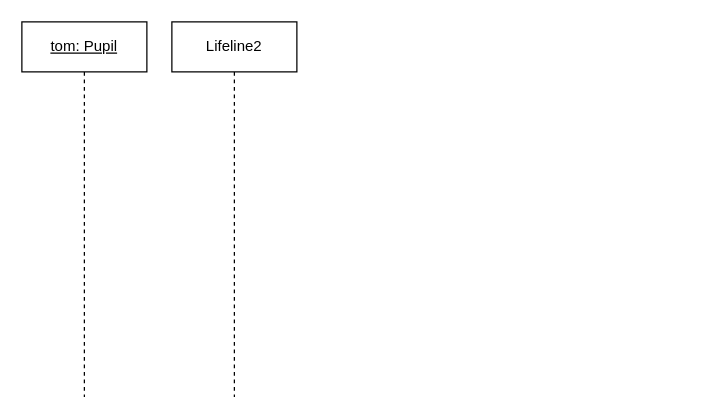
The draw.io diagram Sequenzdiagramm.drawio in TrainFan1804/SchulverwaltungUML, before the edit. Source tidied: cells renumbered, new cells numbered last; positions are measured from the earlier drawing's top-left corner, leaving out a move shared by most shapes. Both pictures are drawn from the tidied source at 125%, with x=0, y=0 at pixel (21, 21).
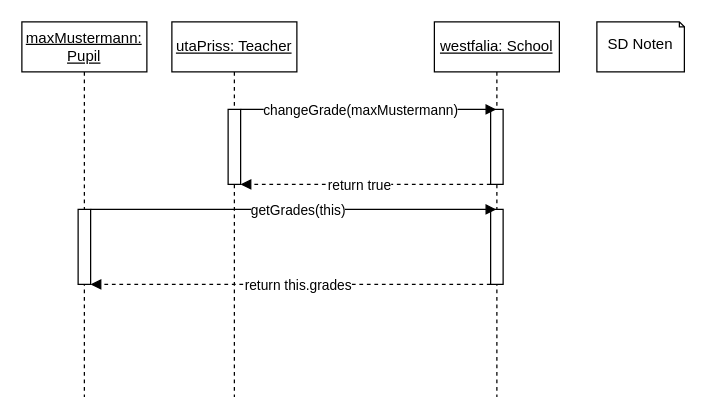
After the change.

What changed in the source:
```diff
@@
-    <mxCell id="2" value="&lt;u&gt;tom: Pupil&lt;/u&gt;" style="shape=umlLifeline;perimeter=lifelinePerimeter;whiteSpace=wrap;html=1;newEdgeStyle={&quot;edgeStyle&quot;:&quot;elbowEdgeStyle&quot;,&quot;elbow&quot;:&quot;vertical&quot;,&quot;curved&quot;:0,&quot;rounded&quot;:0};" parent="1" vertex="1">
+    <mxCell id="2" value="&lt;u&gt;maxMustermann: Pupil&lt;/u&gt;" style="shape=umlLifeline;perimeter=lifelinePerimeter;whiteSpace=wrap;html=1;newEdgeStyle={&quot;edgeStyle&quot;:&quot;elbowEdgeStyle&quot;,&quot;elbow&quot;:&quot;vertical&quot;,&quot;curved&quot;:0,&quot;rounded&quot;:0};" parent="1" vertex="1">
       <mxGeometry width="100" height="300" as="geometry" />
     </mxCell>
+    <mxCell id="4" style="html=1;points=[[0,0,0,0,5],[0,1,0,0,-5],[1,0,0,0,5],[1,1,0,0,-5]];perimeter=orthogonalPerimeter;outlineConnect=0;targetShapes=umlLifeline;portConstraint=eastwest;newEdgeStyle={&quot;curved&quot;:0,&quot;rounded&quot;:0};" parent="2" vertex="1">
+      <mxGeometry x="45" y="150" width="10" height="60" as="geometry" />
+    </mxCell>
-    <mxCell id="3" value="Lifeline2" style="shape=umlLifeline;perimeter=lifelinePerimeter;whiteSpace=wrap;html=1;newEdgeStyle={&quot;edgeStyle&quot;:&quot;elbowEdgeStyle&quot;,&quot;elbow&quot;:&quot;vertical&quot;,&quot;curved&quot;:0,&quot;rounded&quot;:0};" parent="1" vertex="1">
+    <mxCell id="3" value="&lt;u&gt;utaPriss: Teacher&lt;/u&gt;" style="shape=umlLifeline;perimeter=lifelinePerimeter;whiteSpace=wrap;html=1;newEdgeStyle={&quot;edgeStyle&quot;:&quot;elbowEdgeStyle&quot;,&quot;elbow&quot;:&quot;vertical&quot;,&quot;curved&quot;:0,&quot;rounded&quot;:0};" parent="1" vertex="1">
       <mxGeometry x="120" width="100" height="300" as="geometry" />
     </mxCell>
+    <mxCell id="5" style="html=1;points=[[0,0,0,0,5],[0,1,0,0,-5],[1,0,0,0,5],[1,1,0,0,-5]];perimeter=orthogonalPerimeter;outlineConnect=0;targetShapes=umlLifeline;portConstraint=eastwest;newEdgeStyle={&quot;curved&quot;:0,&quot;rounded&quot;:0};" parent="3" vertex="1">
+      <mxGeometry x="45" y="70" width="10" height="60" as="geometry" />
+    </mxCell>
+    <mxCell id="6" value="&lt;u&gt;westfalia: School&lt;/u&gt;" style="shape=umlLifeline;perimeter=lifelinePerimeter;whiteSpace=wrap;html=1;outlineConnect=0;portConstraint=eastwest;newEdgeStyle={&quot;edgeStyle&quot;:&quot;elbowEdgeStyle&quot;,&quot;elbow&quot;:&quot;vertical&quot;,&quot;curved&quot;:0,&quot;rounded&quot;:0};" parent="1" vertex="1">
+      <mxGeometry x="330" width="100" height="300" as="geometry" />
+    </mxCell>
+    <mxCell id="7" style="html=1;points=[[0,0,0,0,5],[0,1,0,0,-5],[1,0,0,0,5],[1,1,0,0,-5]];perimeter=orthogonalPerimeter;outlineConnect=0;targetShapes=umlLifeline;portConstraint=eastwest;newEdgeStyle={&quot;curved&quot;:0,&quot;rounded&quot;:0};" parent="6" vertex="1">
+      <mxGeometry x="45" y="70" width="10" height="60" as="geometry" />
+    </mxCell>
+    <mxCell id="8" style="html=1;points=[[0,0,0,0,5],[0,1,0,0,-5],[1,0,0,0,5],[1,1,0,0,-5]];perimeter=orthogonalPerimeter;outlineConnect=0;targetShapes=umlLifeline;portConstraint=eastwest;newEdgeStyle={&quot;curved&quot;:0,&quot;rounded&quot;:0};" parent="6" vertex="1">
+      <mxGeometry x="45" y="150" width="10" height="60" as="geometry" />
+    </mxCell>
+    <mxCell id="9" value="SD Noten" style="shape=note2;boundedLbl=1;whiteSpace=wrap;html=1;size=4;verticalAlign=top;align=center;" parent="1" vertex="1">
+      <mxGeometry x="460" width="70" height="40" as="geometry" />
+    </mxCell>
+    <mxCell id="10" style="edgeStyle=orthogonalEdgeStyle;rounded=0;jettySize=auto;html=1;curved=0;endArrow=block;endFill=1;" parent="1" edge="1" source="5" target="6">
+      <mxGeometry relative="1" as="geometry">
+        <Array as="points">
+          <mxPoint x="230" y="70" />
+          <mxPoint x="230" y="70" />
+        </Array>
+      </mxGeometry>
+    </mxCell>
+    <mxCell id="11" value="changeGrade(maxMustermann)" style="edgeLabel;html=1;align=center;verticalAlign=middle;" parent="10" vertex="1">
+      <mxGeometry x="-0.48" relative="1" as="geometry">
+        <mxPoint x="42" as="offset" />
+      </mxGeometry>
+    </mxCell>
+    <mxCell id="12" style="edgeStyle=orthogonalEdgeStyle;rounded=0;jettySize=auto;html=1;curved=0;endArrow=block;endFill=1;dashed=1;" parent="1" edge="1" source="7" target="5">
+      <mxGeometry relative="1" as="geometry">
+        <Array as="points">
+          <mxPoint x="330" y="130" />
+          <mxPoint x="330" y="130" />
+        </Array>
+      </mxGeometry>
+    </mxCell>
+    <mxCell id="13" value="return true" style="edgeLabel;html=1;align=center;verticalAlign=middle;" parent="12" vertex="1">
+      <mxGeometry x="0.22" y="-1" relative="1" as="geometry">
+        <mxPoint x="16" y="1" as="offset" />
+      </mxGeometry>
+    </mxCell>
+    <mxCell id="14" style="edgeStyle=orthogonalEdgeStyle;rounded=0;jettySize=auto;html=1;curved=0;endArrow=block;endFill=1;" parent="1" edge="1" source="4" target="6">
+      <mxGeometry relative="1" as="geometry">
+        <Array as="points">
+          <mxPoint x="130" y="150" />
+          <mxPoint x="130" y="150" />
+        </Array>
+      </mxGeometry>
+    </mxCell>
+    <mxCell id="15" value="getGrades(this)" style="edgeLabel;html=1;align=center;verticalAlign=middle;" parent="14" vertex="1">
+      <mxGeometry x="-0.15" y="-2" relative="1" as="geometry">
+        <mxPoint x="27" y="-2" as="offset" />
+      </mxGeometry>
+    </mxCell>
+    <mxCell id="16" style="edgeStyle=orthogonalEdgeStyle;rounded=0;jettySize=auto;html=1;curved=0;dashed=1;endArrow=block;endFill=1;" parent="1" edge="1" source="8" target="4">
+      <mxGeometry relative="1" as="geometry">
+        <Array as="points">
+          <mxPoint x="220" y="210" />
+          <mxPoint x="220" y="210" />
+        </Array>
+      </mxGeometry>
+    </mxCell>
+    <mxCell id="17" value="return this.grades" style="edgeLabel;html=1;align=center;verticalAlign=middle;" parent="16" vertex="1">
+      <mxGeometry x="0.1" relative="1" as="geometry">
+        <mxPoint x="21" as="offset" />
+      </mxGeometry>
+    </mxCell>
```
